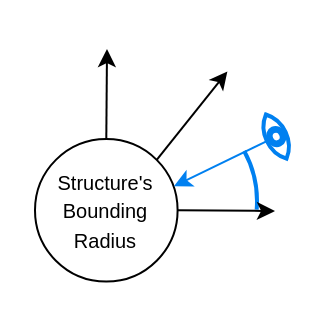
Above: master_thesis/figures/discretization.drawio in MatusT/master-thesis (draw.io), before the change. Source tidied: cells renumbered, new cells numbered last; positions are measured from the earlier drawing's top-left corner, leaving out a move shared by most shapes. Both pictures are drawn from the tidied source at 200%, with x=0, y=0 at pixel (34, 38).
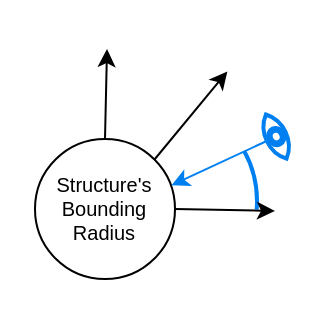
After the change.

Diff of the diagram source:
```diff
@@
 <mxGraphModel>
   <root>
     <mxCell id="0" />
     <mxCell id="1" parent="0" />
     <mxCell id="2" style="group;" parent="1" vertex="1">
       <mxGeometry width="130" height="130" as="geometry" />
     </mxCell>
-    <mxCell id="3" value="&lt;font style=&quot;font-size: 10px&quot;&gt;Structure's&lt;br&gt;Bounding Radius&lt;br&gt;&lt;/font&gt;" style="ellipse;whiteSpace=wrap;html=1;" parent="2" vertex="1">
-      <mxGeometry y="50" width="71.3" height="71.3" as="geometry" />
+    <mxCell id="3" value="&#10;Structure's&#10;Bounding &#10;Radius&#10;" style="ellipse;fontSize=10;" parent="2" vertex="1">
+      <mxGeometry y="50" width="70" height="70" as="geometry" />
     </mxCell>
-    <mxCell id="4" style="html=1;verticalLabelPosition=bottom;align=center;labelBackgroundColor=#ffffff;verticalAlign=top;strokeWidth=2;shadow=0;dashed=0;shape=mxgraph.ios7.icons.eye;direction=south;rotation=-205;strokeColor=#0080F0;" parent="2" vertex="1">
+    <mxCell id="4" style="verticalLabelPosition=bottom;align=center;labelBackgroundColor=#ffffff;verticalAlign=top;strokeWidth=2;shadow=0;dashed=0;shape=mxgraph.ios7.icons.eye;direction=south;rotation=-205;strokeColor=#0080F0;" parent="2" vertex="1">
       <mxGeometry x="115.4" y="36.6" width="10.4" height="24.4" as="geometry" />
     </mxCell>
-    <mxCell id="5" style="endArrow=classic;html=1;exitX=0.5;exitY=0;exitDx=0;exitDy=0;" parent="2" edge="1" source="3">
+    <mxCell id="5" style="endArrow=classic;exitX=0.5;exitY=0;exitDx=0;exitDy=0;" parent="2" edge="1" source="3">
       <mxGeometry relative="1" as="geometry">
         <mxPoint x="36" y="5" as="targetPoint" />
       </mxGeometry>
     </mxCell>
-    <mxCell id="6" style="endArrow=classic;html=1;entryX=0.975;entryY=0.331;entryDx=0;entryDy=0;entryPerimeter=0;fillColor=#dae8fc;strokeColor=#0080F0;" parent="2" edge="1" source="4" target="3">
+    <mxCell id="6" style="endArrow=classic;entryX=0.975;entryY=0.331;entryDx=0;entryDy=0;entryPerimeter=0;fillColor=#dae8fc;strokeColor=#0080F0;" parent="2" edge="1" source="4" target="3">
       <mxGeometry relative="1" as="geometry" />
     </mxCell>
-    <mxCell id="7" style="endArrow=classic;html=1;exitX=1;exitY=0;exitDx=0;exitDy=0;" parent="2" edge="1" source="3">
+    <mxCell id="7" style="endArrow=classic;exitX=1;exitY=0;exitDx=0;exitDy=0;" parent="2" edge="1" source="3">
       <mxGeometry relative="1" as="geometry">
         <mxPoint x="96.2" y="16.2" as="targetPoint" />
       </mxGeometry>
     </mxCell>
-    <mxCell id="8" style="verticalLabelPosition=bottom;verticalAlign=top;html=1;shape=mxgraph.basic.arc;startAngle=0.16341291936744487;endAngle=0.26337097470474036;strokeColor=#0080F0;strokeWidth=2;" parent="2" vertex="1">
+    <mxCell id="8" style="verticalLabelPosition=bottom;verticalAlign=top;shape=mxgraph.basic.arc;startAngle=0.16341291936744487;endAngle=0.26337097470474036;strokeColor=#0080F0;strokeWidth=2;" parent="2" vertex="1">
       <mxGeometry x="22.2" y="32.5" width="88.8" height="97.5" as="geometry" />
     </mxCell>
-    <mxCell id="9" style="endArrow=classic;html=1;exitX=1;exitY=0.5;exitDx=0;exitDy=0;" parent="1" edge="1" source="3">
+    <mxCell id="9" style="endArrow=classic;exitX=1;exitY=0.5;exitDx=0;exitDy=0;" parent="1" edge="1" source="3">
       <mxGeometry relative="1" as="geometry">
         <mxPoint x="120" y="86" as="targetPoint" />
       </mxGeometry>
     </mxCell>
   </root>
 </mxGraphModel>
```
